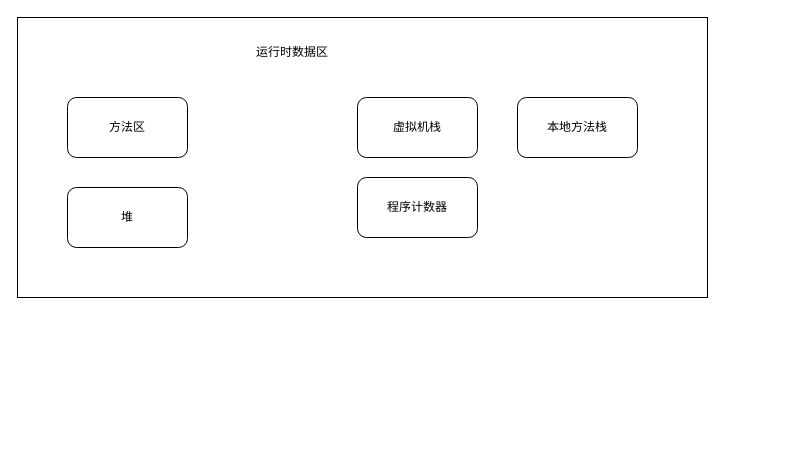
YunShanWuZhao/draw.io keeps this draw.io diagram as jvm/jvm内存模型.drawio. Above is the earlier version. Source tidied: cells renumbered, new cells numbered last; positions are measured from the earlier drawing's top-left corner, leaving out a move shared by most shapes. Both pictures are drawn from the tidied source at 100%, with x=0, y=0 at pixel (17, 17).
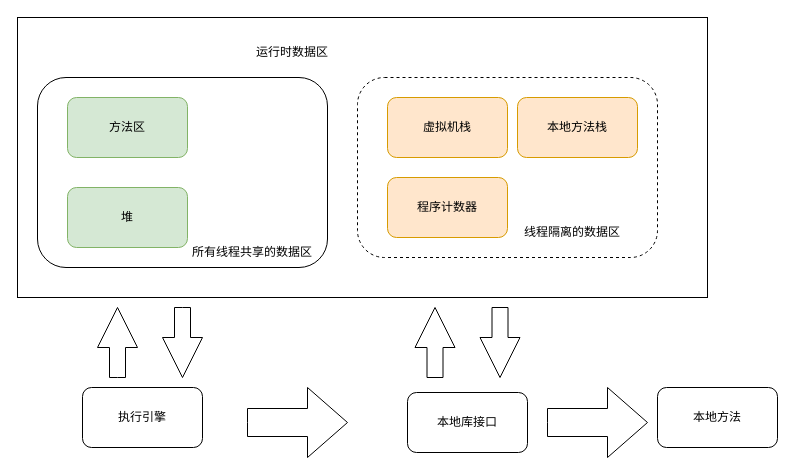
The same diagram, later.

Commit message (it also covers changes not shown here):
更新jvm内存模型.drawio

What changed in the source:
```diff
@@
+    <mxCell id="9" style="rounded=1;whiteSpace=wrap;html=1;dashed=1;" parent="1" vertex="1">
+      <mxGeometry x="10" y="50" width="210" height="200" as="geometry" />
+    </mxCell>
@@
+    <mxCell id="10" style="rounded=1;whiteSpace=wrap;html=1;dashed=1;" parent="1" vertex="1">
+      <mxGeometry x="340" y="60" width="300" height="180" as="geometry" />
+    </mxCell>
+    <mxCell id="11" style="rounded=1;whiteSpace=wrap;html=1;fillColor=default;" parent="1" vertex="1">
+      <mxGeometry x="20" y="60" width="290" height="190" as="geometry" />
+    </mxCell>
+    <mxCell id="4" value="堆" style="rounded=1;whiteSpace=wrap;html=1;fillColor=#d5e8d4;strokeColor=#82b366;" parent="1" vertex="1">
+      <mxGeometry x="50" y="170" width="120" height="60" as="geometry" />
+    </mxCell>
-    <mxCell id="3" value="方法区" style="rounded=1;whiteSpace=wrap;html=1;" parent="1" vertex="1">
+    <mxCell id="3" value="方法区" style="rounded=1;whiteSpace=wrap;html=1;fillColor=#d5e8d4;strokeColor=#82b366;" parent="1" vertex="1">
       <mxGeometry x="50" y="80" width="120" height="60" as="geometry" />
     </mxCell>
-    <mxCell id="4" value="堆" style="rounded=1;whiteSpace=wrap;html=1;" parent="1" vertex="1">
-      <mxGeometry x="50" y="170" width="120" height="60" as="geometry" />
-    </mxCell>
-    <mxCell id="5" value="虚拟机栈" style="rounded=1;whiteSpace=wrap;html=1;" parent="1" vertex="1">
-      <mxGeometry x="340" y="80" width="120" height="60" as="geometry" />
+    <mxCell id="5" value="虚拟机栈" style="rounded=1;whiteSpace=wrap;html=1;fillColor=#ffe6cc;strokeColor=#d79b00;" parent="1" vertex="1">
+      <mxGeometry x="370" y="80" width="120" height="60" as="geometry" />
     </mxCell>
-    <mxCell id="6" value="本地方法栈" style="rounded=1;whiteSpace=wrap;html=1;" parent="1" vertex="1">
+    <mxCell id="6" value="本地方法栈" style="rounded=1;whiteSpace=wrap;html=1;fillColor=#ffe6cc;strokeColor=#d79b00;" parent="1" vertex="1">
       <mxGeometry x="500" y="80" width="120" height="60" as="geometry" />
     </mxCell>
-    <mxCell id="7" value="程序计数器" style="rounded=1;whiteSpace=wrap;html=1;" parent="1" vertex="1">
-      <mxGeometry x="340" y="160" width="120" height="60" as="geometry" />
+    <mxCell id="7" value="程序计数器" style="rounded=1;whiteSpace=wrap;html=1;fillColor=#ffe6cc;strokeColor=#d79b00;" parent="1" vertex="1">
+      <mxGeometry x="370" y="160" width="120" height="60" as="geometry" />
     </mxCell>
@@
+    <mxCell id="12" value="线程隔离的数据区" style="text;strokeColor=none;align=center;fillColor=none;html=1;verticalAlign=middle;whiteSpace=wrap;rounded=0;" parent="1" vertex="1">
+      <mxGeometry x="490" y="200" width="130" height="30" as="geometry" />
+    </mxCell>
+    <mxCell id="13" value="所有线程共享的数据区" style="text;strokeColor=none;align=center;fillColor=none;html=1;verticalAlign=middle;whiteSpace=wrap;rounded=0;" parent="1" vertex="1">
+      <mxGeometry x="170" y="220" width="130" height="30" as="geometry" />
+    </mxCell>
+    <mxCell id="14" value="执行引擎" style="rounded=1;whiteSpace=wrap;html=1;" parent="1" vertex="1">
+      <mxGeometry x="65" y="370" width="120" height="60" as="geometry" />
+    </mxCell>
+    <mxCell id="15" style="html=1;shadow=0;dashed=0;align=center;verticalAlign=middle;shape=mxgraph.arrows2.arrow;dy=0.6;dx=40;direction=north;notch=0;" parent="1" vertex="1">
+      <mxGeometry x="80" y="290" width="40" height="70" as="geometry" />
+    </mxCell>
+    <mxCell id="16" style="html=1;shadow=0;dashed=0;align=center;verticalAlign=middle;shape=mxgraph.arrows2.arrow;dy=0.6;dx=40;direction=south;notch=0;" parent="1" vertex="1">
+      <mxGeometry x="145" y="290" width="40" height="70" as="geometry" />
+    </mxCell>
+    <mxCell id="17" style="html=1;shadow=0;dashed=0;align=center;verticalAlign=middle;shape=mxgraph.arrows2.arrow;dy=0.6;dx=40;notch=0;" parent="1" vertex="1">
+      <mxGeometry x="230" y="370" width="100" height="70" as="geometry" />
+    </mxCell>
+    <mxCell id="18" value="本地库接口" style="rounded=1;whiteSpace=wrap;html=1;" parent="1" vertex="1">
+      <mxGeometry x="390" y="375" width="120" height="60" as="geometry" />
+    </mxCell>
+    <mxCell id="19" style="html=1;shadow=0;dashed=0;align=center;verticalAlign=middle;shape=mxgraph.arrows2.arrow;dy=0.6;dx=40;direction=north;notch=0;" parent="1" vertex="1">
+      <mxGeometry x="397.5" y="290" width="40" height="70" as="geometry" />
+    </mxCell>
+    <mxCell id="20" style="html=1;shadow=0;dashed=0;align=center;verticalAlign=middle;shape=mxgraph.arrows2.arrow;dy=0.6;dx=40;direction=south;notch=0;" parent="1" vertex="1">
+      <mxGeometry x="462.5" y="290" width="40" height="70" as="geometry" />
+    </mxCell>
+    <mxCell id="21" value="本地方法" style="rounded=1;whiteSpace=wrap;html=1;" parent="1" vertex="1">
+      <mxGeometry x="640" y="370" width="120" height="60" as="geometry" />
+    </mxCell>
+    <mxCell id="22" style="html=1;shadow=0;dashed=0;align=center;verticalAlign=middle;shape=mxgraph.arrows2.arrow;dy=0.6;dx=40;notch=0;" parent="1" vertex="1">
+      <mxGeometry x="530" y="370" width="100" height="70" as="geometry" />
+    </mxCell>
```
